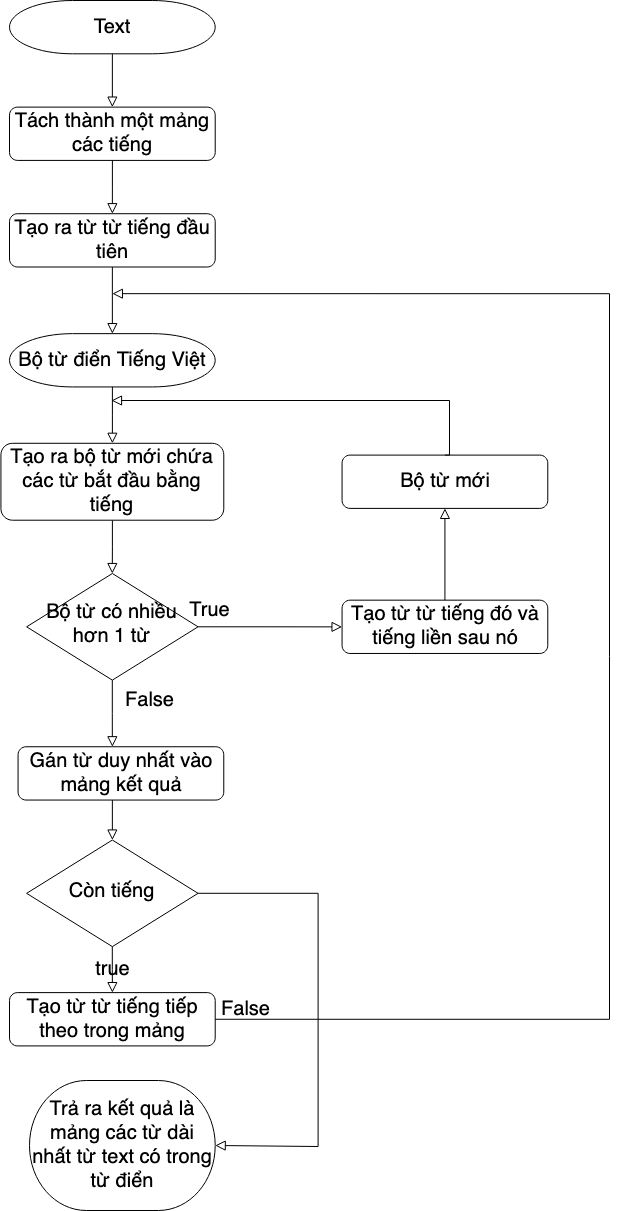
myduyenn218/Report_KL_2021 keeps this draw.io diagram as images/Diagram-longest-word.png. Above is the earlier version. Source tidied: cells renumbered, new cells last; positions are measured from the earlier drawing's top-left corner, leaving out a move shared by most shapes.
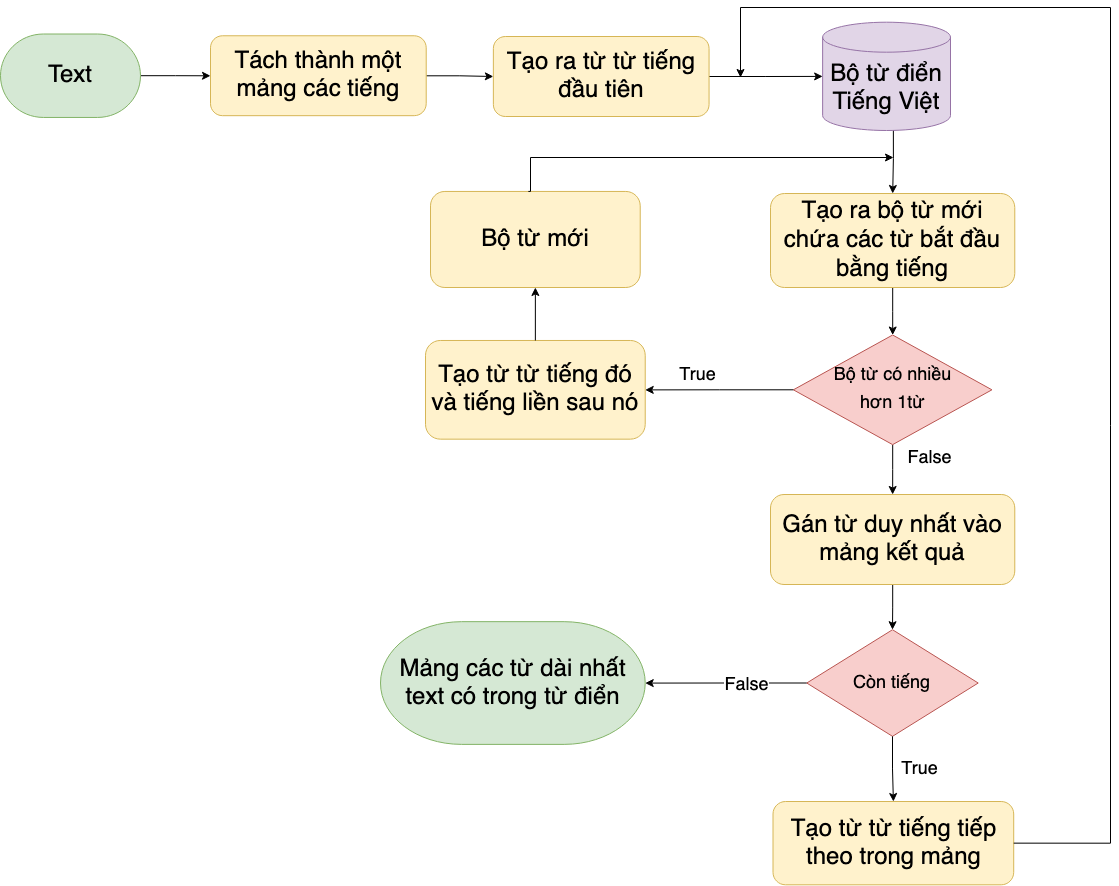
The same diagram one commit later.

The edit, as a diff of the source:
```diff
@@ -2,107 +2,105 @@
   <root>
     <mxCell id="0" />
     <mxCell id="1" parent="0" />
+    <mxCell id="13" style="edgeStyle=orthogonalEdgeStyle;rounded=0;jettySize=auto;html=1;fontSize=24;" parent="1" edge="1" source="2" target="12">
+      <mxGeometry relative="1" as="geometry" />
+    </mxCell>
-    <mxCell id="2" value="Tách thành một mảng các tiếng" style="rounded=1;whiteSpace=wrap;html=1;fontSize=20;glass=0;strokeWidth=1;shadow=0;" parent="1" vertex="1">
-      <mxGeometry x="9" y="106.6" width="205.7" height="53.3" as="geometry" />
+    <mxCell id="2" value="Tách thành một mảng các tiếng" style="rounded=1;whiteSpace=wrap;html=1;fontSize=24;glass=0;strokeWidth=1;shadow=0;fillColor=#fff2cc;strokeColor=#d6b656;" parent="1" vertex="1">
+      <mxGeometry x="-581" y="298.3" width="215.7" height="79.9" as="geometry" />
     </mxCell>
-    <mxCell id="3" value="False" style="rounded=0;html=1;jettySize=auto;fontSize=20;endArrow=block;endFill=0;endSize=8;strokeWidth=1;shadow=0;labelBackgroundColor=none;edgeStyle=orthogonalEdgeStyle;" parent="1" edge="1" source="4">
-      <mxGeometry as="geometry">
-        <mxPoint x="111.9" y="746.3" as="targetPoint" />
+    <mxCell id="3" value="&lt;font style=&quot;font-size: 18px&quot;&gt;False&lt;/font&gt;" style="rounded=0;html=1;jettySize=auto;fontSize=24;endArrow=classic;labelBackgroundColor=#ffffff;edgeStyle=orthogonalEdgeStyle;entryX=0.5;entryY=0;entryDx=0;entryDy=0;" parent="1" edge="1" source="4" target="22">
+      <mxGeometry y="26" as="geometry">
         <mxPoint x="37" y="-13" as="offset" />
       </mxGeometry>
     </mxCell>
-    <mxCell id="4" value="Bộ từ có nhiều hơn 1 từ" style="rhombus;whiteSpace=wrap;html=1;shadow=0;fontFamily=Helvetica;fontSize=20;align=center;strokeWidth=1;spacing=6;spacingTop=-4;" parent="1" vertex="1">
-      <mxGeometry x="26.1" y="573" width="171.4" height="106.6" as="geometry" />
+    <mxCell id="4" value="&lt;div&gt;&lt;font style=&quot;font-size: 18px&quot;&gt;Bộ từ có nhiều&lt;/font&gt;&lt;/div&gt;&lt;div&gt;&lt;font style=&quot;font-size: 18px&quot;&gt; hơn 1từ&lt;/font&gt;&lt;/div&gt;" style="rhombus;whiteSpace=wrap;html=1;shadow=0;fontFamily=Helvetica;fontSize=24;align=center;strokeWidth=1;spacing=6;spacingTop=-4;fillColor=#f8cecc;strokeColor=#b85450;" parent="1" vertex="1">
+      <mxGeometry x="1.9" y="597.5" width="198.6" height="109.6" as="geometry" />
     </mxCell>
-    <mxCell id="5" value="Tạo từ từ tiếng đó và tiếng liền sau nó" style="rounded=1;whiteSpace=wrap;html=1;fontSize=20;glass=0;strokeWidth=1;shadow=0;" parent="1" vertex="1">
-      <mxGeometry x="341.6" y="599.7" width="205.7" height="53.3" as="geometry" />
+    <mxCell id="5" value="Tạo từ từ tiếng đó và tiếng liền sau nó" style="rounded=1;whiteSpace=wrap;html=1;fontSize=24;glass=0;strokeWidth=1;shadow=0;fillColor=#fff2cc;strokeColor=#d6b656;" parent="1" vertex="1">
+      <mxGeometry x="-366" y="603" width="219.7" height="98.7" as="geometry" />
     </mxCell>
-    <mxCell id="6" value="True" style="edgeStyle=orthogonalEdgeStyle;rounded=0;html=1;jettySize=auto;fontSize=20;endArrow=block;endFill=0;endSize=8;strokeWidth=1;shadow=0;labelBackgroundColor=none;" parent="1" edge="1" source="4" target="5">
+    <mxCell id="6" value="&lt;font style=&quot;font-size: 18px&quot;&gt;True&lt;/font&gt;" style="edgeStyle=orthogonalEdgeStyle;rounded=0;html=1;jettySize=auto;fontSize=24;endArrow=classic;labelBackgroundColor=#ffffff;" parent="1" edge="1" source="4" target="5">
       <mxGeometry as="geometry">
-        <mxPoint x="-61" y="-16" as="offset" />
+        <mxPoint x="-22" y="-16" as="offset" />
       </mxGeometry>
     </mxCell>
+    <mxCell id="27" style="edgeStyle=orthogonalEdgeStyle;rounded=0;jettySize=auto;html=1;fontSize=24;labelBackgroundColor=#ffffff;endArrow=classic;" parent="1" edge="1" source="7" target="24">
+      <mxGeometry relative="1" as="geometry" />
+    </mxCell>
+    <mxCell id="25" value="&lt;font style=&quot;font-size: 18px&quot;&gt;False&lt;/font&gt;" style="edgeLabel;html=1;align=center;verticalAlign=middle;fontSize=24;" parent="27" vertex="1">
+      <mxGeometry x="-0.24" relative="1" as="geometry" />
+    </mxCell>
-    <mxCell id="7" value="Còn tiếng" style="rhombus;whiteSpace=wrap;html=1;shadow=0;fontFamily=Helvetica;fontSize=20;align=center;strokeWidth=1;spacing=6;spacingTop=-4;" parent="1" vertex="1">
-      <mxGeometry x="26.1" y="839.5" width="171.4" height="106.6" as="geometry" />
+    <mxCell id="7" value="&lt;font style=&quot;font-size: 18px&quot;&gt;Còn tiếng&lt;/font&gt;" style="rhombus;whiteSpace=wrap;html=1;shadow=0;fontFamily=Helvetica;fontSize=24;align=center;strokeWidth=1;spacing=6;spacingTop=-4;fillColor=#f8cecc;strokeColor=#b85450;" parent="1" vertex="1">
+      <mxGeometry x="15.3" y="892.2" width="171.4" height="106.6" as="geometry" />
     </mxCell>
-    <mxCell id="8" value="Tạo từ từ tiếng tiếp theo trong mảng" style="rounded=1;whiteSpace=wrap;html=1;fontSize=20;glass=0;strokeWidth=1;shadow=0;" parent="1" vertex="1">
-      <mxGeometry x="9" y="992.1" width="205.7" height="53.3" as="geometry" />
+    <mxCell id="8" value="Tạo từ từ tiếng tiếp theo trong mảng" style="rounded=1;whiteSpace=wrap;html=1;fontSize=24;glass=0;strokeWidth=1;shadow=0;fillColor=#fff2cc;strokeColor=#d6b656;" parent="1" vertex="1">
+      <mxGeometry x="-18.5" y="1064" width="240.7" height="83.3" as="geometry" />
     </mxCell>
-    <mxCell id="9" value="true" style="rounded=0;html=1;jettySize=auto;fontSize=20;endArrow=block;endFill=0;endSize=8;strokeWidth=1;shadow=0;labelBackgroundColor=none;edgeStyle=orthogonalEdgeStyle;" parent="1" edge="1" source="7" target="8">
-      <mxGeometry x="160" y="-160" as="geometry" />
+    <mxCell id="9" value="&lt;div&gt;&lt;font style=&quot;font-size: 18px&quot;&gt;True&lt;/font&gt;&lt;/div&gt;" style="rounded=0;html=1;jettySize=auto;fontSize=24;endArrow=classic;labelBackgroundColor=#ffffff;edgeStyle=orthogonalEdgeStyle;" parent="1" edge="1" source="7" target="8">
+      <mxGeometry as="geometry">
+        <mxPoint x="27" y="-1" as="offset" />
+      </mxGeometry>
     </mxCell>
-    <mxCell id="10" style="edgeStyle=orthogonalEdgeStyle;rounded=0;jettySize=auto;html=1;fontColor=#000000;shadow=0;strokeWidth=1;labelBackgroundColor=none;endFill=0;endArrow=block;endSize=8;fontSize=20;" parent="1" edge="1" source="11" target="2">
-      <mxGeometry x="160" y="-160" as="geometry" />
+    <mxCell id="10" style="edgeStyle=orthogonalEdgeStyle;rounded=0;jettySize=auto;html=1;fontColor=#000000;labelBackgroundColor=#ffffff;endArrow=classic;fontSize=24;" parent="1" edge="1" source="11" target="2">
+      <mxGeometry x="-120" y="45" as="geometry" />
     </mxCell>
-    <mxCell id="11" value="Text" style="strokeWidth=1;html=1;shape=mxgraph.flowchart.terminator;whiteSpace=wrap;glass=0;gradientColor=none;fillColor=none;fontSize=20;" parent="1" vertex="1">
-      <mxGeometry x="9" width="205.7" height="53.3" as="geometry" />
+    <mxCell id="11" value="Text" style="strokeWidth=1;html=1;shape=mxgraph.flowchart.terminator;whiteSpace=wrap;glass=0;fillColor=#d5e8d4;fontSize=24;strokeColor=#82b366;" parent="1" vertex="1">
+      <mxGeometry x="-791" y="296.5" width="140" height="83.4" as="geometry" />
     </mxCell>
+    <mxCell id="14" style="edgeStyle=orthogonalEdgeStyle;rounded=0;jettySize=auto;html=1;fontSize=24;labelBackgroundColor=#ffffff;endArrow=classic;" parent="1" edge="1" source="12" target="16">
+      <mxGeometry relative="1" as="geometry" />
+    </mxCell>
-    <mxCell id="12" value="Tạo ra từ từ tiếng đầu tiên" style="rounded=1;whiteSpace=wrap;html=1;fontSize=20;glass=0;strokeWidth=1;shadow=0;" parent="1" vertex="1">
-      <mxGeometry x="9" y="213.2" width="205.7" height="53.3" as="geometry" />
+    <mxCell id="12" value="Tạo ra từ từ tiếng đầu tiên" style="rounded=1;whiteSpace=wrap;html=1;fontSize=24;glass=0;strokeWidth=1;shadow=0;fillColor=#fff2cc;strokeColor=#d6b656;" parent="1" vertex="1">
+      <mxGeometry x="-298.1" y="299" width="215.7" height="80" as="geometry" />
     </mxCell>
-    <mxCell id="13" style="rounded=0;html=1;jettySize=auto;fontSize=20;endArrow=block;endFill=0;endSize=8;strokeWidth=1;shadow=0;labelBackgroundColor=none;edgeStyle=orthogonalEdgeStyle;entryX=0.5;entryY=0;entryDx=0;entryDy=0;" parent="1" edge="1" source="2" target="12">
-      <mxGeometry x="160" y="-160" as="geometry" />
-    </mxCell>
-    <mxCell id="14" style="edgeStyle=orthogonalEdgeStyle;rounded=0;jettySize=auto;html=1;fontColor=#000000;shadow=0;strokeWidth=1;labelBackgroundColor=none;endFill=0;endArrow=block;endSize=8;exitX=0.5;exitY=1;exitDx=0;exitDy=0;entryX=0.5;entryY=0;entryDx=0;entryDy=0;entryPerimeter=0;fontSize=20;" parent="1" edge="1" source="12" target="16">
-      <mxGeometry x="160" y="-160" as="geometry" />
-    </mxCell>
-    <mxCell id="15" style="edgeStyle=orthogonalEdgeStyle;rounded=0;jettySize=auto;html=1;fontSize=20;fontColor=#000000;shadow=0;strokeWidth=1;labelBackgroundColor=none;endFill=0;endArrow=block;endSize=8;" parent="1" edge="1" source="16" target="18">
-      <mxGeometry relative="1" as="geometry" />
+    <mxCell id="15" style="edgeStyle=orthogonalEdgeStyle;rounded=0;jettySize=auto;html=1;fontSize=24;fontColor=#000000;labelBackgroundColor=#ffffff;endArrow=classic;exitX=0.5;exitY=1;exitDx=0;exitDy=0;exitPerimeter=0;" parent="1" edge="1" target="18">
+      <mxGeometry relative="1" as="geometry">
+        <mxPoint x="101.9" y="385.7" as="sourcePoint" />
+      </mxGeometry>
     </mxCell>
-    <mxCell id="16" value="Bộ từ điển Tiếng Việt" style="strokeWidth=1;html=1;shape=mxgraph.flowchart.terminator;whiteSpace=wrap;glass=0;gradientColor=none;fillColor=none;fontSize=20;" parent="1" vertex="1">
-      <mxGeometry x="9" y="333.1" width="205.7" height="53.3" as="geometry" />
-    </mxCell>
-    <mxCell id="17" style="edgeStyle=orthogonalEdgeStyle;rounded=0;jettySize=auto;html=1;fontSize=20;fontColor=#000000;shadow=0;strokeWidth=1;labelBackgroundColor=none;endFill=0;endArrow=block;endSize=8;" parent="1" edge="1" source="18" target="4">
+    <mxCell id="17" style="edgeStyle=orthogonalEdgeStyle;rounded=0;jettySize=auto;html=1;fontSize=24;fontColor=#000000;labelBackgroundColor=#ffffff;endArrow=classic;" parent="1" edge="1" source="18" target="4">
       <mxGeometry relative="1" as="geometry" />
     </mxCell>
-    <mxCell id="18" value="Tạo ra bộ từ mới chứa các từ bắt đầu bằng tiếng" style="rounded=1;whiteSpace=wrap;html=1;fontSize=20;glass=0;strokeWidth=1;shadow=0;" parent="1" vertex="1">
-      <mxGeometry x="0.4" y="442.8" width="222.9" height="76.9" as="geometry" />
+    <mxCell id="18" value="Tạo ra bộ từ mới chứa các từ bắt đầu bằng tiếng" style="rounded=1;whiteSpace=wrap;html=1;fontSize=24;glass=0;strokeWidth=1;shadow=0;fillColor=#fff2cc;strokeColor=#d6b656;" parent="1" vertex="1">
+      <mxGeometry x="-21" y="456" width="244.3" height="94" as="geometry" />
     </mxCell>
-    <mxCell id="19" value="Bộ từ mới" style="rounded=1;whiteSpace=wrap;html=1;fontSize=20;glass=0;strokeWidth=1;shadow=0;" parent="1" vertex="1">
-      <mxGeometry x="341.6" y="454.6" width="205.7" height="53.3" as="geometry" />
+    <mxCell id="19" value="Bộ từ mới" style="rounded=1;whiteSpace=wrap;html=1;fontSize=24;glass=0;strokeWidth=1;shadow=0;fillColor=#fff2cc;strokeColor=#d6b656;" parent="1" vertex="1">
+      <mxGeometry x="-361" y="453.9" width="209.7" height="96.1" as="geometry" />
     </mxCell>
-    <mxCell id="20" style="edgeStyle=orthogonalEdgeStyle;rounded=0;jettySize=auto;html=1;fontColor=#000000;shadow=0;strokeWidth=1;labelBackgroundColor=none;endFill=0;endArrow=block;endSize=8;fontSize=20;exitX=0.5;exitY=0;exitDx=0;exitDy=0;" parent="1" edge="1" source="19">
-      <mxGeometry x="152" y="-160" as="geometry">
-        <mxPoint x="111" y="400" as="targetPoint" />
+    <mxCell id="20" style="edgeStyle=orthogonalEdgeStyle;rounded=0;orthogonalLoop=1;jettySize=auto;html=1;fontColor=#000000;labelBackgroundColor=#ffffff;endArrow=classic;fontSize=24;exitX=0.5;exitY=0;exitDx=0;exitDy=0;" parent="1" edge="1">
+      <mxGeometry x="145" y="-160" as="geometry">
+        <mxPoint x="-263.1" y="453.9" as="sourcePoint" />
+        <mxPoint x="102" y="420" as="targetPoint" />
         <Array as="points">
-          <mxPoint x="449" y="455" />
-          <mxPoint x="449" y="400" />
+          <mxPoint x="-261" y="454" />
+          <mxPoint x="-261" y="420" />
         </Array>
       </mxGeometry>
     </mxCell>
-    <mxCell id="21" style="edgeStyle=orthogonalEdgeStyle;rounded=0;html=1;jettySize=auto;fontSize=20;endArrow=block;endFill=0;endSize=8;strokeWidth=1;shadow=0;labelBackgroundColor=none;entryX=0.5;entryY=1;entryDx=0;entryDy=0;" parent="1" edge="1" target="19">
-      <mxGeometry x="160" y="-160" as="geometry">
-        <mxPoint x="444.4" y="599.7" as="sourcePoint" />
-      </mxGeometry>
+    <mxCell id="21" style="edgeStyle=orthogonalEdgeStyle;rounded=0;html=1;jettySize=auto;fontSize=24;endArrow=classic;labelBackgroundColor=#ffffff;entryX=0.5;entryY=1;entryDx=0;entryDy=0;exitX=0.5;exitY=0;exitDx=0;exitDy=0;" parent="1" edge="1" source="5" target="19">
+      <mxGeometry x="-538.6" y="-131.8" as="geometry" />
     </mxCell>
+    <mxCell id="28" style="edgeStyle=orthogonalEdgeStyle;rounded=0;jettySize=auto;html=1;fontSize=24;" parent="1" edge="1" source="22" target="7">
+      <mxGeometry relative="1" as="geometry" />
+    </mxCell>
-    <mxCell id="22" value="Gán từ duy nhất vào mảng kết quả" style="rounded=1;whiteSpace=wrap;html=1;fontSize=20;glass=0;strokeWidth=1;shadow=0;" parent="1" vertex="1">
-      <mxGeometry x="17.6" y="746.3" width="205.7" height="53.3" as="geometry" />
+    <mxCell id="22" value="Gán từ duy nhất vào mảng kết quả" style="rounded=1;whiteSpace=wrap;html=1;fontSize=24;glass=0;strokeWidth=1;shadow=0;fillColor=#fff2cc;strokeColor=#d6b656;" parent="1" vertex="1">
+      <mxGeometry x="-21" y="757" width="244.3" height="90" as="geometry" />
     </mxCell>
-    <mxCell id="23" style="rounded=0;html=1;jettySize=auto;fontSize=20;endArrow=block;endFill=0;endSize=8;strokeWidth=1;shadow=0;labelBackgroundColor=none;edgeStyle=orthogonalEdgeStyle;entryX=0.5;entryY=0;entryDx=0;entryDy=0;" parent="1" edge="1" target="7">
-      <mxGeometry x="160" y="-160" as="geometry">
-        <mxPoint x="111.9" y="799.6" as="sourcePoint" />
-      </mxGeometry>
-    </mxCell>
-    <mxCell id="24" value="Trả ra kết quả là mảng các từ dài nhất từ text có trong từ điển" style="strokeWidth=1;html=1;shape=mxgraph.flowchart.terminator;whiteSpace=wrap;glass=0;gradientColor=none;fillColor=none;fontSize=20;" parent="1" vertex="1">
-      <mxGeometry x="29" y="1080" width="185.7" height="130" as="geometry" />
+    <mxCell id="24" value="&lt;div&gt;Mảng các từ dài nhất text có trong từ điển&lt;/div&gt;" style="strokeWidth=1;html=1;shape=mxgraph.flowchart.terminator;whiteSpace=wrap;glass=0;fillColor=#d5e8d4;fontSize=24;strokeColor=#82b366;" parent="1" vertex="1">
+      <mxGeometry x="-411" y="884.2" width="264.7" height="122.7" as="geometry" />
     </mxCell>
-    <mxCell id="25" value="False" style="edgeStyle=orthogonalEdgeStyle;rounded=0;html=1;jettySize=auto;fontSize=20;endArrow=block;endFill=0;endSize=8;strokeWidth=1;shadow=0;labelBackgroundColor=none;entryX=1;entryY=0.5;entryDx=0;entryDy=0;" parent="1" edge="1" source="7" target="24">
-      <mxGeometry as="geometry">
-        <Array as="points">
-          <mxPoint x="317.6" y="892.8" />
-          <mxPoint x="317.6" y="1146" />
-        </Array>
-        <mxPoint x="39" y="-10" as="offset" />
-      </mxGeometry>
-    </mxCell>
-    <mxCell id="26" style="rounded=0;html=1;jettySize=auto;fontSize=20;endArrow=block;endFill=0;endSize=8;strokeWidth=1;shadow=0;labelBackgroundColor=none;edgeStyle=orthogonalEdgeStyle;exitX=1;exitY=0.5;exitDx=0;exitDy=0;" parent="1" edge="1" source="8">
+    <mxCell id="26" style="rounded=0;html=1;jettySize=auto;fontSize=24;endArrow=classic;labelBackgroundColor=#ffffff;edgeStyle=orthogonalEdgeStyle;exitX=1;exitY=0.5;exitDx=0;exitDy=0;" parent="1" edge="1" source="8">
       <mxGeometry x="160" y="-160" as="geometry">
-        <mxPoint x="111.9" y="293.2" as="targetPoint" />
+        <mxPoint x="-51" y="340" as="targetPoint" />
         <Array as="points">
-          <mxPoint x="609" y="1019.4" />
-          <mxPoint x="609" y="293.2" />
+          <mxPoint x="319" y="1106" />
+          <mxPoint x="319" y="270" />
+          <mxPoint x="-51" y="270" />
         </Array>
       </mxGeometry>
     </mxCell>
+    <mxCell id="16" value="Bộ từ điển Tiếng Việt" style="shape=cylinder3;whiteSpace=wrap;html=1;boundedLbl=1;backgroundOutline=1;size=15;fontSize=24;fillColor=#e1d5e7;strokeColor=#9673a6;" parent="1" vertex="1">
+      <mxGeometry x="31.1" y="284.7" width="127.9" height="108.3" as="geometry" />
+    </mxCell>
   </root>
 </mxGraphModel>
```
